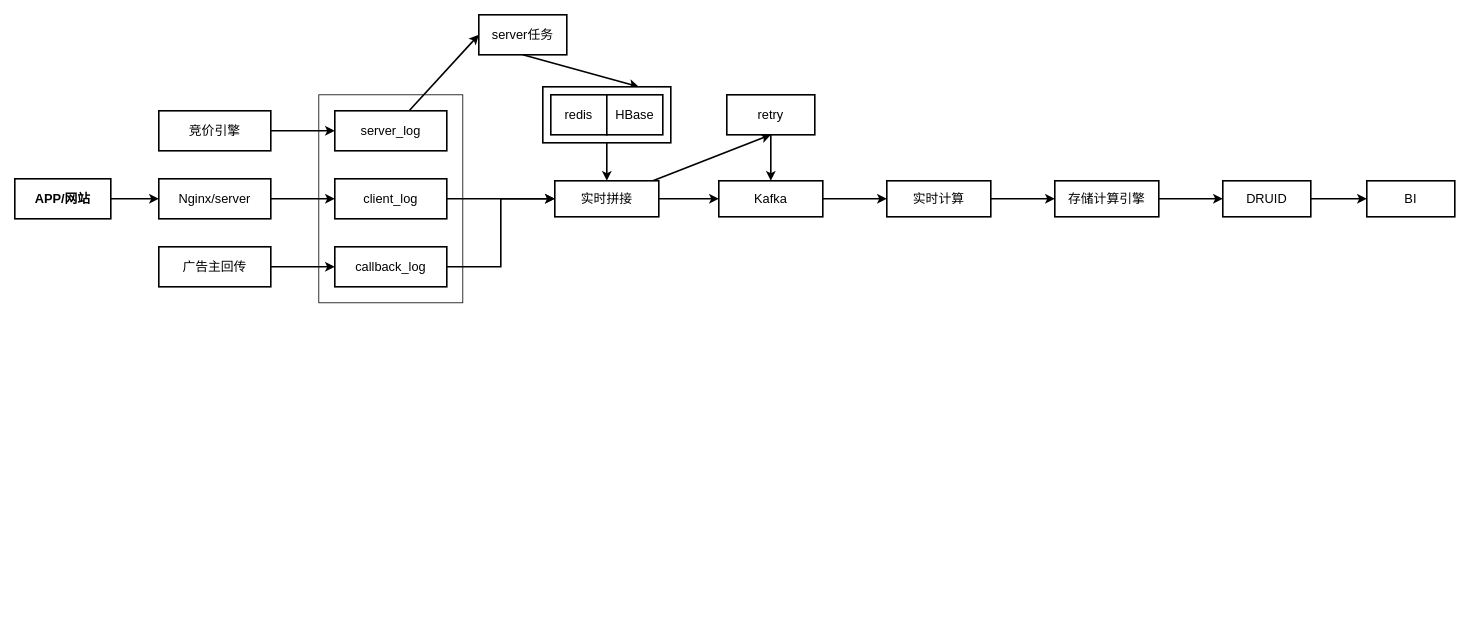
The draw.io diagram page "DSP广告推广设计" (5 of 5) of Flink.drawio in starzy1990/diagrams, before the edit. Source tidied: cells renumbered, new cells numbered last; positions are measured from the earlier drawing's top-left corner, leaving out a move shared by most shapes. Both pictures are drawn from the tidied source at 80%, with x=0, y=0 at pixel (14, 14).
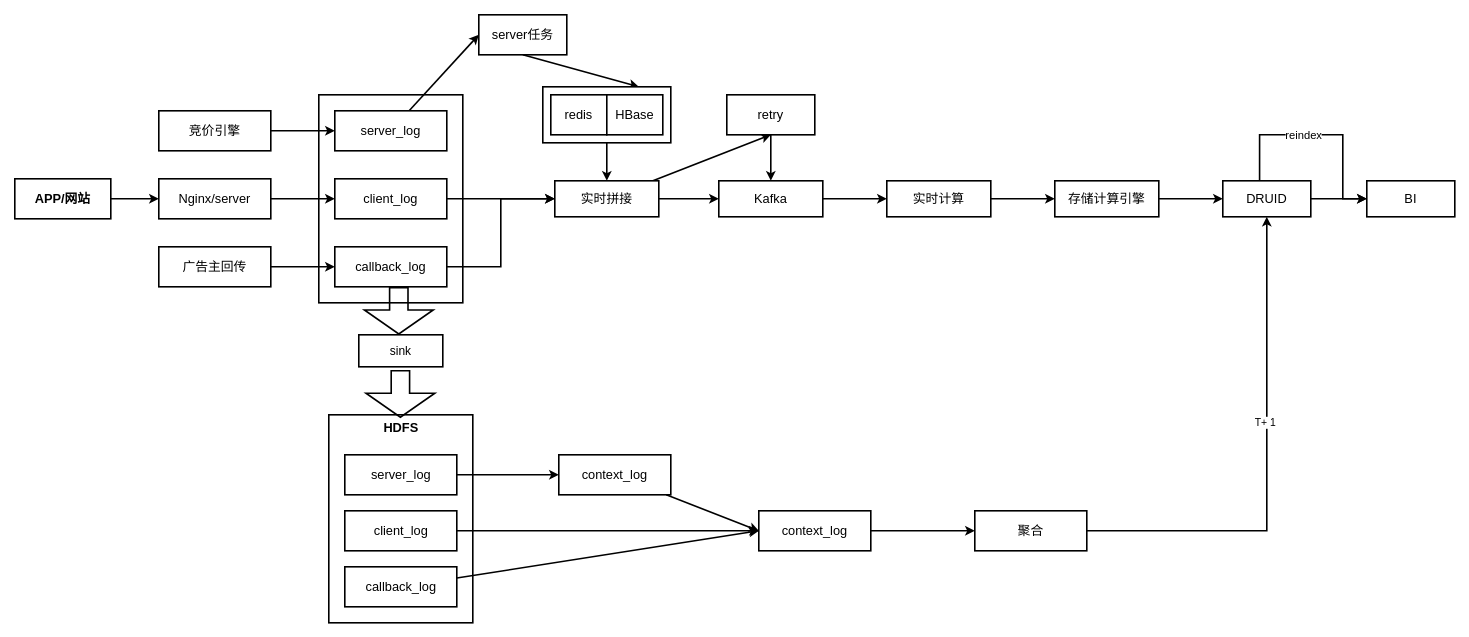
After the change.

The change refers to these unchanged cells:
```xml
<mxCell id="36" value="DRUID" style="rounded=0;whiteSpace=wrap;html=1;strokeWidth=2;fontSize=16;fontStyle=0;fontFamily=楷体;" parent="1" vertex="1">
  <mxGeometry x="1510" y="207.5" width="110" height="45" as="geometry" />
</mxCell>
<mxCell id="37" value="BI" style="rounded=0;whiteSpace=wrap;html=1;strokeWidth=2;fontSize=16;fontStyle=0;fontFamily=楷体;" parent="1" vertex="1">
  <mxGeometry x="1690" y="207.5" width="110" height="45" as="geometry" />
</mxCell>
```

What changed in the source:
```diff
@@
-    <mxCell id="2" style="rounded=0;whiteSpace=wrap;html=1;" parent="1" vertex="1">
+    <mxCell id="2" style="rounded=0;whiteSpace=wrap;html=1;strokeWidth=2;" parent="1" vertex="1">
       <mxGeometry x="380" y="100" width="180" height="260" as="geometry" />
     </mxCell>
@@
+    <mxCell id="38" style="edgeStyle=orthogonalEdgeStyle;rounded=0;jettySize=auto;html=1;entryX=0;entryY=0.5;entryDx=0;entryDy=0;exitX=0.418;exitY=0.033;exitDx=0;exitDy=0;exitPerimeter=0;strokeWidth=2;" parent="1" edge="1" source="36" target="37">
+      <mxGeometry relative="1" as="geometry">
+        <Array as="points">
+          <mxPoint x="1556" y="150" />
+          <mxPoint x="1660" y="150" />
+          <mxPoint x="1660" y="230" />
+        </Array>
+      </mxGeometry>
+    </mxCell>
+    <mxCell id="39" value="reindex" style="edgeLabel;html=1;align=center;verticalAlign=middle;fontSize=14;" parent="38" vertex="1">
+      <mxGeometry x="-0.29" y="-3" relative="1" as="geometry">
+        <mxPoint x="16" y="-3" as="offset" />
+      </mxGeometry>
+    </mxCell>
@@
+    <mxCell id="40" style="shape=flexArrow;endArrow=classic;html=1;rounded=0;endWidth=61;endSize=9.33;width=22;strokeWidth=2;" parent="1" edge="1">
+      <mxGeometry relative="1" as="geometry">
+        <mxPoint x="480" y="340" as="sourcePoint" />
+        <mxPoint x="480" y="400" as="targetPoint" />
+      </mxGeometry>
+    </mxCell>
+    <mxCell id="41" value="HDFS" style="rounded=0;whiteSpace=wrap;html=1;strokeWidth=2;verticalAlign=top;fontSize=16;fontStyle=1;" parent="1" vertex="1">
+      <mxGeometry x="392.5" y="500" width="180" height="260" as="geometry" />
+    </mxCell>
+    <mxCell id="42" style="edgeStyle=orthogonalEdgeStyle;rounded=0;jettySize=auto;html=1;strokeWidth=2;" parent="1" edge="1" source="43" target="51">
+      <mxGeometry relative="1" as="geometry" />
+    </mxCell>
+    <mxCell id="43" value="server_log" style="rounded=0;whiteSpace=wrap;html=1;strokeWidth=2;fontSize=16;fontStyle=0;fontFamily=楷体;" parent="1" vertex="1">
+      <mxGeometry x="412.5" y="550" width="140" height="50" as="geometry" />
+    </mxCell>
+    <mxCell id="44" style="rounded=0;jettySize=auto;html=1;entryX=0;entryY=0.5;entryDx=0;entryDy=0;strokeWidth=2;" parent="1" edge="1" source="45" target="53">
+      <mxGeometry relative="1" as="geometry" />
+    </mxCell>
+    <mxCell id="45" value="client_log" style="rounded=0;whiteSpace=wrap;html=1;strokeWidth=2;fontSize=16;fontStyle=0;fontFamily=楷体;" parent="1" vertex="1">
+      <mxGeometry x="412.5" y="620" width="140" height="50" as="geometry" />
+    </mxCell>
+    <mxCell id="46" style="rounded=0;jettySize=auto;html=1;entryX=0;entryY=0.5;entryDx=0;entryDy=0;strokeWidth=2;" parent="1" edge="1" source="47" target="53">
+      <mxGeometry relative="1" as="geometry" />
+    </mxCell>
+    <mxCell id="47" value="callback_log" style="rounded=0;whiteSpace=wrap;html=1;strokeWidth=2;fontSize=16;fontStyle=0;fontFamily=楷体;" parent="1" vertex="1">
+      <mxGeometry x="412.5" y="690" width="140" height="50" as="geometry" />
+    </mxCell>
+    <mxCell id="48" value="sink" style="rounded=0;whiteSpace=wrap;html=1;strokeWidth=2;fontSize=15;" parent="1" vertex="1">
+      <mxGeometry x="430" y="400" width="105" height="40" as="geometry" />
+    </mxCell>
+    <mxCell id="49" style="shape=flexArrow;endArrow=classic;html=1;rounded=0;endWidth=61;endSize=9.33;width=22;strokeWidth=2;" parent="1" edge="1">
+      <mxGeometry relative="1" as="geometry">
+        <mxPoint x="482" y="444" as="sourcePoint" />
+        <mxPoint x="482" y="504" as="targetPoint" />
+      </mxGeometry>
+    </mxCell>
+    <mxCell id="50" style="rounded=0;jettySize=auto;html=1;entryX=0;entryY=0.5;entryDx=0;entryDy=0;strokeWidth=2;" parent="1" edge="1" source="51" target="53">
+      <mxGeometry relative="1" as="geometry" />
+    </mxCell>
+    <mxCell id="51" value="context_log" style="rounded=0;whiteSpace=wrap;html=1;strokeWidth=2;fontSize=16;fontStyle=0;fontFamily=楷体;" parent="1" vertex="1">
+      <mxGeometry x="680" y="550" width="140" height="50" as="geometry" />
+    </mxCell>
+    <mxCell id="52" style="edgeStyle=orthogonalEdgeStyle;rounded=0;jettySize=auto;html=1;entryX=0;entryY=0.5;entryDx=0;entryDy=0;strokeWidth=2;" parent="1" edge="1" source="53" target="56">
+      <mxGeometry relative="1" as="geometry" />
+    </mxCell>
+    <mxCell id="53" value="context_log" style="rounded=0;whiteSpace=wrap;html=1;strokeWidth=2;fontSize=16;fontStyle=0;fontFamily=楷体;" parent="1" vertex="1">
+      <mxGeometry x="930" y="620" width="140" height="50" as="geometry" />
+    </mxCell>
+    <mxCell id="54" style="edgeStyle=orthogonalEdgeStyle;rounded=0;jettySize=auto;html=1;strokeWidth=2;" parent="1" edge="1" source="56" target="36">
+      <mxGeometry relative="1" as="geometry" />
+    </mxCell>
+    <mxCell id="55" value="T+ 1" style="edgeLabel;html=1;align=center;verticalAlign=middle;fontSize=13;" parent="54" vertex="1">
+      <mxGeometry x="0.17" y="3" relative="1" as="geometry" />
+    </mxCell>
+    <mxCell id="56" value="聚合" style="rounded=0;whiteSpace=wrap;html=1;strokeWidth=2;fontSize=16;fontStyle=0;fontFamily=楷体;" parent="1" vertex="1">
+      <mxGeometry x="1200" y="620" width="140" height="50" as="geometry" />
+    </mxCell>
```
